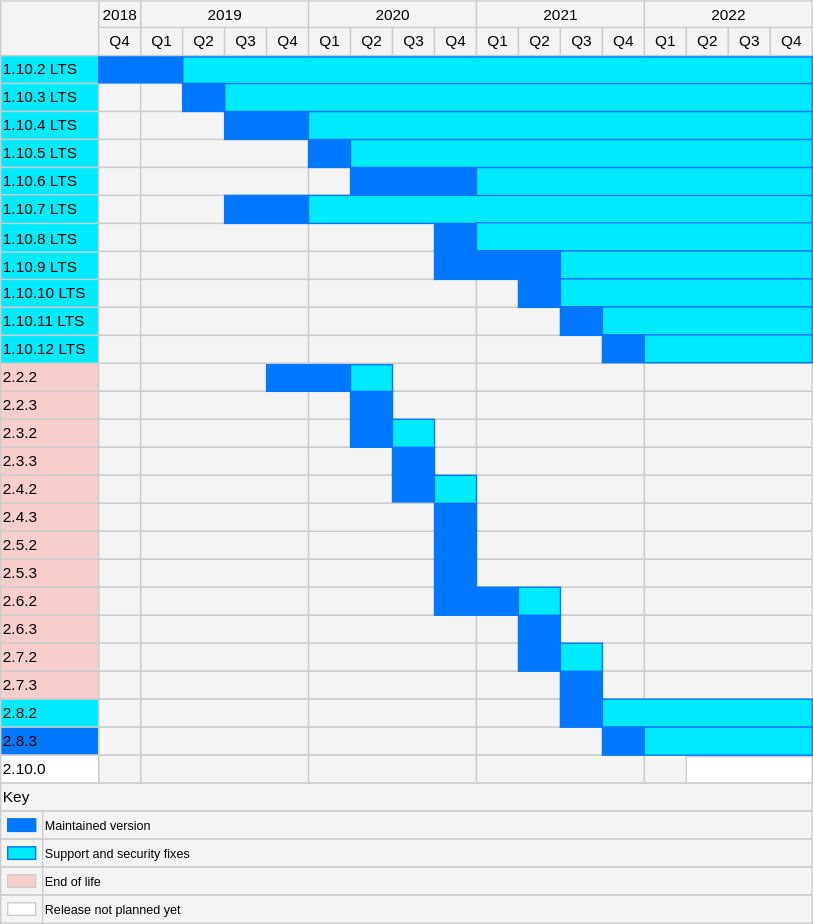
Before: doc/release/releases_calendar.svg, a diagram exported from draw.io (tarantool/doc). Source tidied: cells renumbered, new cells last; positions are measured from the earlier drawing's top-left corner, leaving out a move shared by most shapes.
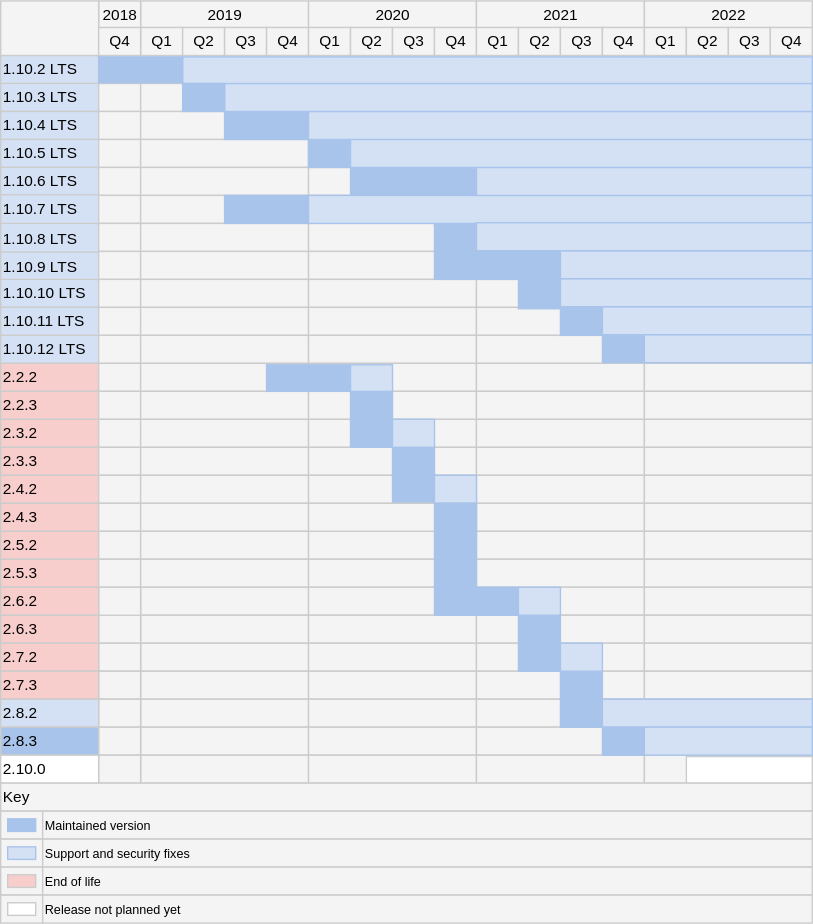
Later version of the same file.

Commit message:
Updated releases calendar color palette

Fixes #1025

Diff of the diagram source:
```diff
@@ -19,3 +19,3 @@
     </mxCell>
-    <mxCell id="7" value="&lt;font style=&quot;font-size: 11px&quot;&gt;1.10.2 LTS&lt;/font&gt;" style="align=left;strokeColor=#CCCCCC;html=1;fillColor=#00EAFF;" parent="1" vertex="1">
+    <mxCell id="7" value="&lt;font style=&quot;font-size: 11px&quot;&gt;1.10.2 LTS&lt;/font&gt;" style="align=left;strokeColor=#CCCCCC;html=1;fillColor=#D4E1F5;" parent="1" vertex="1">
       <mxGeometry y="39" width="70" height="20" as="geometry" />
@@ -25,30 +25,30 @@
     </mxCell>
-    <mxCell id="9" value="&lt;font style=&quot;font-size: 11px&quot;&gt;1.10.3 LTS&lt;/font&gt;" style="align=left;strokeColor=#CCCCCC;html=1;fillColor=#00EAFF;" parent="1" vertex="1">
+    <mxCell id="9" value="&lt;font style=&quot;font-size: 11px&quot;&gt;1.10.3 LTS&lt;/font&gt;" style="align=left;strokeColor=#CCCCCC;html=1;fillColor=#D4E1F5;" parent="1" vertex="1">
       <mxGeometry y="59" width="70" height="20" as="geometry" />
     </mxCell>
-    <mxCell id="10" value="&lt;font style=&quot;font-size: 11px&quot;&gt;1.10.4 LTS&lt;/font&gt;" style="align=left;strokeColor=#CCCCCC;html=1;fillColor=#00EAFF;" parent="1" vertex="1">
+    <mxCell id="10" value="&lt;font style=&quot;font-size: 11px&quot;&gt;1.10.4 LTS&lt;/font&gt;" style="align=left;strokeColor=#CCCCCC;html=1;fillColor=#D4E1F5;" parent="1" vertex="1">
       <mxGeometry y="79" width="70" height="20" as="geometry" />
     </mxCell>
-    <mxCell id="11" value="&lt;font style=&quot;font-size: 11px&quot;&gt;1.10.5 LTS&lt;/font&gt;" style="align=left;strokeColor=#CCCCCC;html=1;fillColor=#00EAFF;" parent="1" vertex="1">
+    <mxCell id="11" value="&lt;font style=&quot;font-size: 11px&quot;&gt;1.10.5 LTS&lt;/font&gt;" style="align=left;strokeColor=#CCCCCC;html=1;fillColor=#D4E1F5;" parent="1" vertex="1">
       <mxGeometry y="99" width="70" height="20" as="geometry" />
     </mxCell>
-    <mxCell id="12" value="&lt;font style=&quot;font-size: 11px&quot;&gt;1.10.6 LTS&lt;/font&gt;" style="align=left;strokeColor=#CCCCCC;html=1;fillColor=#00EAFF;" parent="1" vertex="1">
+    <mxCell id="12" value="&lt;font style=&quot;font-size: 11px&quot;&gt;1.10.6 LTS&lt;/font&gt;" style="align=left;strokeColor=#CCCCCC;html=1;fillColor=#D4E1F5;" parent="1" vertex="1">
       <mxGeometry y="119" width="70" height="20" as="geometry" />
     </mxCell>
-    <mxCell id="13" value="&lt;font style=&quot;font-size: 11px&quot;&gt;1.10.7 LTS&lt;/font&gt;" style="align=left;strokeColor=#CCCCCC;html=1;fillColor=#00EAFF;" parent="1" vertex="1">
-      <mxGeometry y="138.5" width="70" height="21" as="geometry" />
+    <mxCell id="13" value="&lt;font style=&quot;font-size: 11px&quot;&gt;1.10.7 LTS&lt;/font&gt;" style="align=left;strokeColor=#CCCCCC;html=1;fillColor=#D4E1F5;" parent="1" vertex="1">
+      <mxGeometry y="138.5" width="71.7" height="21.5" as="geometry" />
     </mxCell>
-    <mxCell id="14" value="&lt;font style=&quot;font-size: 11px&quot;&gt;1.10.8 LTS&lt;/font&gt;" style="align=left;strokeColor=#CCCCCC;html=1;fillColor=#00EAFF;" parent="1" vertex="1">
+    <mxCell id="14" value="&lt;font style=&quot;font-size: 11px&quot;&gt;1.10.8 LTS&lt;/font&gt;" style="align=left;strokeColor=#CCCCCC;html=1;fillColor=#D4E1F5;" parent="1" vertex="1">
       <mxGeometry y="159" width="70" height="21" as="geometry" />
     </mxCell>
-    <mxCell id="15" value="&lt;font style=&quot;font-size: 11px&quot;&gt;1.10.9 LTS&lt;/font&gt;" style="align=left;strokeColor=#CCCCCC;html=1;fillColor=#00EAFF;" parent="1" vertex="1">
+    <mxCell id="15" value="&lt;font style=&quot;font-size: 11px&quot;&gt;1.10.9 LTS&lt;/font&gt;" style="align=left;strokeColor=#CCCCCC;html=1;fillColor=#D4E1F5;" parent="1" vertex="1">
       <mxGeometry y="179.5" width="70" height="20" as="geometry" />
     </mxCell>
-    <mxCell id="16" value="&lt;font style=&quot;font-size: 11px&quot;&gt;1.10.10 LTS&lt;/font&gt;" style="align=left;strokeColor=#CCCCCC;html=1;fillColor=#00EAFF;" parent="1" vertex="1">
+    <mxCell id="16" value="&lt;font style=&quot;font-size: 11px&quot;&gt;1.10.10 LTS&lt;/font&gt;" style="align=left;strokeColor=#CCCCCC;html=1;fillColor=#D4E1F5;" parent="1" vertex="1">
       <mxGeometry y="199" width="70" height="20" as="geometry" />
     </mxCell>
-    <mxCell id="17" value="&lt;font style=&quot;font-size: 11px&quot;&gt;1.10.11 LTS&lt;/font&gt;" style="align=left;strokeColor=#CCCCCC;html=1;fillColor=#00EAFF;" parent="1" vertex="1">
+    <mxCell id="17" value="&lt;font style=&quot;font-size: 11px&quot;&gt;1.10.11 LTS&lt;/font&gt;" style="align=left;strokeColor=#CCCCCC;html=1;fillColor=#D4E1F5;" parent="1" vertex="1">
       <mxGeometry y="219" width="70" height="20" as="geometry" />
     </mxCell>
-    <mxCell id="18" value="&lt;font style=&quot;font-size: 11px&quot;&gt;1.10.12 LTS&lt;/font&gt;" style="align=left;strokeColor=#CCCCCC;html=1;fillColor=#00EAFF;" parent="1" vertex="1">
+    <mxCell id="18" value="&lt;font style=&quot;font-size: 11px&quot;&gt;1.10.12 LTS&lt;/font&gt;" style="align=left;strokeColor=#CCCCCC;html=1;fillColor=#D4E1F5;" parent="1" vertex="1">
       <mxGeometry y="239" width="70" height="20" as="geometry" />
@@ -361,42 +361,42 @@
     </mxCell>
-    <mxCell id="121" style="align=left;strokeColor=#0077FF;html=1;fillColor=#07f;" parent="1" vertex="1">
+    <mxCell id="121" style="align=left;strokeColor=#A9C4EB;html=1;fillColor=#A9C4EB;" parent="1" vertex="1">
       <mxGeometry x="160" y="79" width="60" height="20" as="geometry" />
     </mxCell>
-    <mxCell id="122" style="align=left;strokeColor=#0077FF;html=1;fillColor=#0077FF;" parent="1" vertex="1">
+    <mxCell id="122" style="align=left;strokeColor=#A9C4EB;html=1;fillColor=#A9C4EB;" parent="1" vertex="1">
       <mxGeometry x="220" y="99" width="30" height="20" as="geometry" />
     </mxCell>
-    <mxCell id="123" style="align=left;strokeColor=#0077FF;html=1;fillColor=#0077FF;" parent="1" vertex="1">
+    <mxCell id="123" style="align=left;strokeColor=#A9C4EB;html=1;fillColor=#A9C4EB;" parent="1" vertex="1">
       <mxGeometry x="250" y="119" width="90" height="20" as="geometry" />
     </mxCell>
-    <mxCell id="124" style="align=left;strokeColor=#0077FF;html=1;fillColor=#0077FF;" parent="1" vertex="1">
+    <mxCell id="124" style="align=left;strokeColor=#A9C4EB;html=1;fillColor=#A9C4EB;" parent="1" vertex="1">
       <mxGeometry x="160" y="139" width="60" height="20" as="geometry" />
     </mxCell>
-    <mxCell id="125" style="align=left;strokeColor=#0077FF;html=1;fillColor=#0077FF;" parent="1" vertex="1">
+    <mxCell id="125" style="align=left;strokeColor=#A9C4EB;html=1;fillColor=#A9C4EB;" parent="1" vertex="1">
       <mxGeometry x="310" y="159" width="30" height="20" as="geometry" />
     </mxCell>
-    <mxCell id="126" style="align=left;strokeColor=#0077FF;html=1;fillColor=#0077FF;" parent="1" vertex="1">
+    <mxCell id="126" style="align=left;strokeColor=#A9C4EB;html=1;fillColor=#A9C4EB;" parent="1" vertex="1">
       <mxGeometry x="310" y="179" width="90" height="20" as="geometry" />
     </mxCell>
-    <mxCell id="127" style="align=left;strokeColor=#0077FF;html=1;fillColor=#0077FF;" parent="1" vertex="1">
-      <mxGeometry x="370" y="199" width="30" height="20" as="geometry" />
+    <mxCell id="127" style="align=left;strokeColor=#A9C4EB;html=1;fillColor=#A9C4EB;" parent="1" vertex="1">
+      <mxGeometry x="370" y="199" width="31.5" height="21" as="geometry" />
     </mxCell>
-    <mxCell id="128" style="align=left;strokeColor=#0077FF;html=1;fillColor=#0077FF;" parent="1" vertex="1">
+    <mxCell id="128" style="align=left;strokeColor=#A9C4EB;html=1;fillColor=#A9C4EB;" parent="1" vertex="1">
       <mxGeometry x="400" y="219" width="30" height="20" as="geometry" />
     </mxCell>
-    <mxCell id="129" style="align=left;strokeColor=#0077FF;html=1;fillColor=#0077FF;" parent="1" vertex="1">
+    <mxCell id="129" style="align=left;strokeColor=#A9C4EB;html=1;fillColor=#A9C4EB;" parent="1" vertex="1">
       <mxGeometry x="430" y="238.5" width="30" height="20" as="geometry" />
     </mxCell>
-    <mxCell id="130" style="align=left;strokeColor=#0077FF;html=1;fillColor=#0077FF;" parent="1" vertex="1">
+    <mxCell id="130" style="align=left;strokeColor=#A9C4EB;html=1;fillColor=#A9C4EB;" parent="1" vertex="1">
       <mxGeometry x="190" y="260" width="60" height="19" as="geometry" />
     </mxCell>
-    <mxCell id="131" style="align=left;strokeColor=#0077FF;html=1;fillColor=#0077FF;" parent="1" vertex="1">
+    <mxCell id="131" style="align=left;strokeColor=#A9C4EB;html=1;fillColor=#A9C4EB;" parent="1" vertex="1">
       <mxGeometry x="250" y="279" width="30" height="20" as="geometry" />
     </mxCell>
-    <mxCell id="132" style="align=left;strokeColor=#0077FF;html=1;fillColor=#0077FF;" parent="1" vertex="1">
+    <mxCell id="132" style="align=left;strokeColor=#A9C4EB;html=1;fillColor=#A9C4EB;" parent="1" vertex="1">
       <mxGeometry x="250" y="299" width="30" height="20" as="geometry" />
     </mxCell>
-    <mxCell id="133" style="align=left;strokeColor=#0077FF;html=1;fillColor=#0077FF;" parent="1" vertex="1">
+    <mxCell id="133" style="align=left;strokeColor=#A9C4EB;html=1;fillColor=#A9C4EB;" parent="1" vertex="1">
       <mxGeometry x="280" y="319" width="30" height="20" as="geometry" />
     </mxCell>
-    <mxCell id="134" style="align=left;strokeColor=#0077FF;html=1;fillColor=#0077FF;" parent="1" vertex="1">
+    <mxCell id="134" style="align=left;strokeColor=#A9C4EB;html=1;fillColor=#A9C4EB;" parent="1" vertex="1">
       <mxGeometry x="280" y="338" width="30" height="22" as="geometry" />
@@ -571,6 +571,6 @@
     </mxCell>
-    <mxCell id="191" value="&lt;font style=&quot;font-size: 11px&quot;&gt;2.8.2&lt;/font&gt;" style="align=left;strokeColor=#CCCCCC;html=1;fillColor=#00EAFF;" parent="1" vertex="1">
+    <mxCell id="191" value="&lt;font style=&quot;font-size: 11px&quot;&gt;2.8.2&lt;/font&gt;" style="align=left;strokeColor=#CCCCCC;html=1;fillColor=#D4E1F5;" parent="1" vertex="1">
       <mxGeometry y="499" width="70" height="20" as="geometry" />
     </mxCell>
-    <mxCell id="192" value="&lt;font style=&quot;font-size: 11px&quot;&gt;2.8.3&lt;/font&gt;" style="align=left;strokeColor=#CCCCCC;html=1;fillColor=#0077FF;" parent="1" vertex="1">
+    <mxCell id="192" value="&lt;font style=&quot;font-size: 11px&quot;&gt;2.8.3&lt;/font&gt;" style="align=left;strokeColor=#CCCCCC;html=1;fillColor=#A9C4EB;" parent="1" vertex="1">
       <mxGeometry y="519" width="70" height="20" as="geometry" />
@@ -580,27 +580,27 @@
     </mxCell>
-    <mxCell id="194" style="align=left;strokeColor=#0077FF;html=1;fillColor=#0077FF;" parent="1" vertex="1">
+    <mxCell id="194" style="align=left;strokeColor=#A9C4EB;html=1;fillColor=#A9C4EB;" parent="1" vertex="1">
       <mxGeometry x="310" y="379" width="30" height="20" as="geometry" />
     </mxCell>
-    <mxCell id="195" style="align=left;strokeColor=#0077FF;html=1;fillColor=#0077FF;" parent="1" vertex="1">
+    <mxCell id="195" style="align=left;strokeColor=#A9C4EB;html=1;fillColor=#A9C4EB;" parent="1" vertex="1">
       <mxGeometry x="310" y="399" width="30" height="20" as="geometry" />
     </mxCell>
-    <mxCell id="196" style="align=left;strokeColor=#0077FF;html=1;fillColor=#0077FF;" parent="1" vertex="1">
+    <mxCell id="196" style="align=left;strokeColor=#A9C4EB;html=1;fillColor=#A9C4EB;" parent="1" vertex="1">
       <mxGeometry x="310" y="419" width="60" height="20" as="geometry" />
     </mxCell>
-    <mxCell id="197" style="align=left;strokeColor=#0077FF;html=1;fillColor=#0077FF;" parent="1" vertex="1">
+    <mxCell id="197" style="align=left;strokeColor=#A9C4EB;html=1;fillColor=#A9C4EB;" parent="1" vertex="1">
       <mxGeometry x="370" y="439" width="30" height="20" as="geometry" />
     </mxCell>
-    <mxCell id="198" style="align=left;strokeColor=#0077FF;html=1;fillColor=#0077FF;" parent="1" vertex="1">
+    <mxCell id="198" style="align=left;strokeColor=#A9C4EB;html=1;fillColor=#A9C4EB;" parent="1" vertex="1">
       <mxGeometry x="370" y="459" width="30" height="20" as="geometry" />
     </mxCell>
-    <mxCell id="199" style="align=left;strokeColor=#0077FF;html=1;fillColor=#0077FF;" parent="1" vertex="1">
+    <mxCell id="199" style="align=left;strokeColor=#A9C4EB;html=1;fillColor=#A9C4EB;" parent="1" vertex="1">
       <mxGeometry x="400" y="479" width="30" height="20" as="geometry" />
     </mxCell>
-    <mxCell id="200" style="align=left;strokeColor=#0077FF;html=1;fillColor=#0077FF;" parent="1" vertex="1">
+    <mxCell id="200" style="align=left;strokeColor=#A9C4EB;html=1;fillColor=#A9C4EB;" parent="1" vertex="1">
       <mxGeometry x="400" y="499" width="30" height="20" as="geometry" />
     </mxCell>
-    <mxCell id="201" style="align=left;strokeColor=#0077FF;html=1;fillColor=#00EAFF;" parent="1" vertex="1">
+    <mxCell id="201" style="align=left;strokeColor=#A9C4EB;html=1;fillColor=#D4E1F5;" parent="1" vertex="1">
       <mxGeometry x="430" y="499" width="150" height="20" as="geometry" />
     </mxCell>
-    <mxCell id="202" style="align=left;strokeColor=#0077FF;html=1;fillColor=#0077FF;" parent="1" vertex="1">
+    <mxCell id="202" style="align=left;strokeColor=#A9C4EB;html=1;fillColor=#A9C4EB;" parent="1" vertex="1">
       <mxGeometry x="430" y="519" width="30" height="20" as="geometry" />
@@ -610,54 +610,54 @@
     </mxCell>
-    <mxCell id="204" style="align=left;strokeColor=#0077FF;html=1;fillColor=#00EAFF;" parent="1" vertex="1">
+    <mxCell id="204" style="align=left;strokeColor=#A9C4EB;html=1;fillColor=#D4E1F5;" parent="1" vertex="1">
       <mxGeometry x="400" y="459" width="30" height="20" as="geometry" />
     </mxCell>
-    <mxCell id="205" style="align=left;strokeColor=#0077FF;html=1;fillColor=#00EAFF;" parent="1" vertex="1">
+    <mxCell id="205" style="align=left;strokeColor=#A9C4EB;html=1;fillColor=#D4E1F5;" parent="1" vertex="1">
       <mxGeometry x="370" y="419" width="30" height="20" as="geometry" />
     </mxCell>
-    <mxCell id="206" style="align=left;strokeColor=#0077FF;html=1;fillColor=#00EAFF;" parent="1" vertex="1">
+    <mxCell id="206" style="align=left;strokeColor=#A9C4EB;html=1;fillColor=#D4E1F5;" parent="1" vertex="1">
       <mxGeometry x="310" y="339" width="30" height="20" as="geometry" />
     </mxCell>
-    <mxCell id="207" style="align=left;strokeColor=#0077FF;html=1;fillColor=#00EAFF;" parent="1" vertex="1">
+    <mxCell id="207" style="align=left;strokeColor=#A9C4EB;html=1;fillColor=#D4E1F5;" parent="1" vertex="1">
       <mxGeometry x="280" y="299" width="30" height="20" as="geometry" />
     </mxCell>
-    <mxCell id="208" style="align=left;strokeColor=#0077FF;html=1;fillColor=#00EAFF;" parent="1" vertex="1">
+    <mxCell id="208" style="align=left;strokeColor=#A9C4EB;html=1;fillColor=#D4E1F5;" parent="1" vertex="1">
       <mxGeometry x="250" y="260" width="30" height="19" as="geometry" />
     </mxCell>
-    <mxCell id="209" style="align=left;strokeColor=#0077FF;html=1;fillColor=#00EAFF;" parent="1" vertex="1">
+    <mxCell id="209" style="align=left;strokeColor=#A9C4EB;html=1;fillColor=#D4E1F5;" parent="1" vertex="1">
       <mxGeometry x="460" y="238.5" width="120" height="20" as="geometry" />
     </mxCell>
-    <mxCell id="210" style="align=left;strokeColor=#0077FF;html=1;fillColor=#00EAFF;" parent="1" vertex="1">
+    <mxCell id="210" style="align=left;strokeColor=#A9C4EB;html=1;fillColor=#D4E1F5;" parent="1" vertex="1">
       <mxGeometry x="430" y="218.5" width="150" height="20" as="geometry" />
     </mxCell>
-    <mxCell id="211" style="align=left;strokeColor=#0077FF;html=1;fillColor=#00EAFF;" parent="1" vertex="1">
+    <mxCell id="211" style="align=left;strokeColor=#A9C4EB;html=1;fillColor=#D4E1F5;" parent="1" vertex="1">
       <mxGeometry x="400" y="198.5" width="180" height="20" as="geometry" />
     </mxCell>
-    <mxCell id="212" style="align=left;strokeColor=#0077FF;html=1;fillColor=#00EAFF;" parent="1" vertex="1">
+    <mxCell id="212" style="align=left;strokeColor=#A9C4EB;html=1;fillColor=#D4E1F5;" parent="1" vertex="1">
       <mxGeometry x="400" y="178.5" width="180" height="20" as="geometry" />
     </mxCell>
-    <mxCell id="213" style="align=left;strokeColor=#0077FF;html=1;fillColor=#00EAFF;" parent="1" vertex="1">
+    <mxCell id="213" style="align=left;strokeColor=#A9C4EB;html=1;fillColor=#D4E1F5;" parent="1" vertex="1">
       <mxGeometry x="220" y="139" width="360" height="20" as="geometry" />
     </mxCell>
-    <mxCell id="214" style="align=left;strokeColor=#0077FF;html=1;fillColor=#00EAFF;" parent="1" vertex="1">
+    <mxCell id="214" style="align=left;strokeColor=#A9C4EB;html=1;fillColor=#D4E1F5;" parent="1" vertex="1">
       <mxGeometry x="340" y="119" width="240" height="20" as="geometry" />
     </mxCell>
-    <mxCell id="215" style="align=left;strokeColor=#0077FF;html=1;fillColor=#00EAFF;" parent="1" vertex="1">
+    <mxCell id="215" style="align=left;strokeColor=#A9C4EB;html=1;fillColor=#D4E1F5;" parent="1" vertex="1">
       <mxGeometry x="250" y="99" width="330" height="20" as="geometry" />
     </mxCell>
-    <mxCell id="216" style="align=left;strokeColor=#0077FF;html=1;fillColor=#00EAFF;" parent="1" vertex="1">
+    <mxCell id="216" style="align=left;strokeColor=#A9C4EB;html=1;fillColor=#D4E1F5;" parent="1" vertex="1">
       <mxGeometry x="220" y="79" width="360" height="20" as="geometry" />
     </mxCell>
-    <mxCell id="217" style="align=left;strokeColor=#0077FF;html=1;fillColor=#00EAFF;" parent="1" vertex="1">
+    <mxCell id="217" style="align=left;strokeColor=#A9C4EB;html=1;fillColor=#D4E1F5;" parent="1" vertex="1">
       <mxGeometry x="160" y="59" width="420" height="20" as="geometry" />
     </mxCell>
-    <mxCell id="218" style="align=left;strokeColor=#0077FF;html=1;fillColor=#00EAFF;" parent="1" vertex="1">
+    <mxCell id="218" style="align=left;strokeColor=#A9C4EB;html=1;fillColor=#D4E1F5;" parent="1" vertex="1">
       <mxGeometry x="130" y="40" width="450" height="19" as="geometry" />
     </mxCell>
-    <mxCell id="219" style="align=left;strokeColor=#0077FF;html=1;fillColor=#07f;" parent="1" vertex="1">
+    <mxCell id="219" style="align=left;strokeColor=#A9C4EB;html=1;fillColor=#A9C4EB;" parent="1" vertex="1">
       <mxGeometry x="130" y="59" width="30" height="20" as="geometry" />
     </mxCell>
-    <mxCell id="220" style="align=left;strokeColor=#0077FF;html=1;fillColor=#07f;" parent="1" vertex="1">
+    <mxCell id="220" style="align=left;strokeColor=#A9C4EB;html=1;fillColor=#A9C4EB;" parent="1" vertex="1">
       <mxGeometry x="70" y="40" width="60" height="18.5" as="geometry" />
     </mxCell>
-    <mxCell id="221" style="align=left;strokeColor=#0077FF;html=1;fillColor=#00EAFF;" parent="1" vertex="1">
+    <mxCell id="221" style="align=left;strokeColor=#A9C4EB;html=1;fillColor=#D4E1F5;" parent="1" vertex="1">
       <mxGeometry x="340" y="158.5" width="240" height="20" as="geometry" />
@@ -667,3 +667,3 @@
     </mxCell>
-    <mxCell id="223" style="align=left;strokeColor=#0077FF;html=1;fillColor=#0077FF;" parent="1" vertex="1">
+    <mxCell id="223" style="align=left;strokeColor=#A9C4EB;html=1;fillColor=#A9C4EB;" parent="1" vertex="1">
       <mxGeometry x="310" y="359" width="30" height="20" as="geometry" />
@@ -679,6 +679,6 @@
     </mxCell>
-    <mxCell id="227" style="align=left;strokeColor=#0077FF;html=1;fillColor=#0077FF;" parent="1" vertex="1">
+    <mxCell id="227" style="align=left;strokeColor=#A9C4EB;html=1;fillColor=#A9C4EB;" parent="1" vertex="1">
       <mxGeometry x="5" y="584.5" width="20" height="9" as="geometry" />
     </mxCell>
-    <mxCell id="228" style="align=left;strokeColor=#0077FF;html=1;fillColor=#00EAFF;" parent="1" vertex="1">
+    <mxCell id="228" style="align=left;strokeColor=#A9C4EB;html=1;fillColor=#D4E1F5;" parent="1" vertex="1">
       <mxGeometry x="5" y="604.5" width="20" height="9" as="geometry" />
@@ -700,3 +700,3 @@
     </mxCell>
-    <mxCell id="234" style="align=left;strokeColor=#0077FF;html=1;fillColor=#00EAFF;" parent="1" vertex="1">
+    <mxCell id="234" style="align=left;strokeColor=#A9C4EB;html=1;fillColor=#D4E1F5;" parent="1" vertex="1">
       <mxGeometry x="460" y="519" width="120" height="20" as="geometry" />
```
